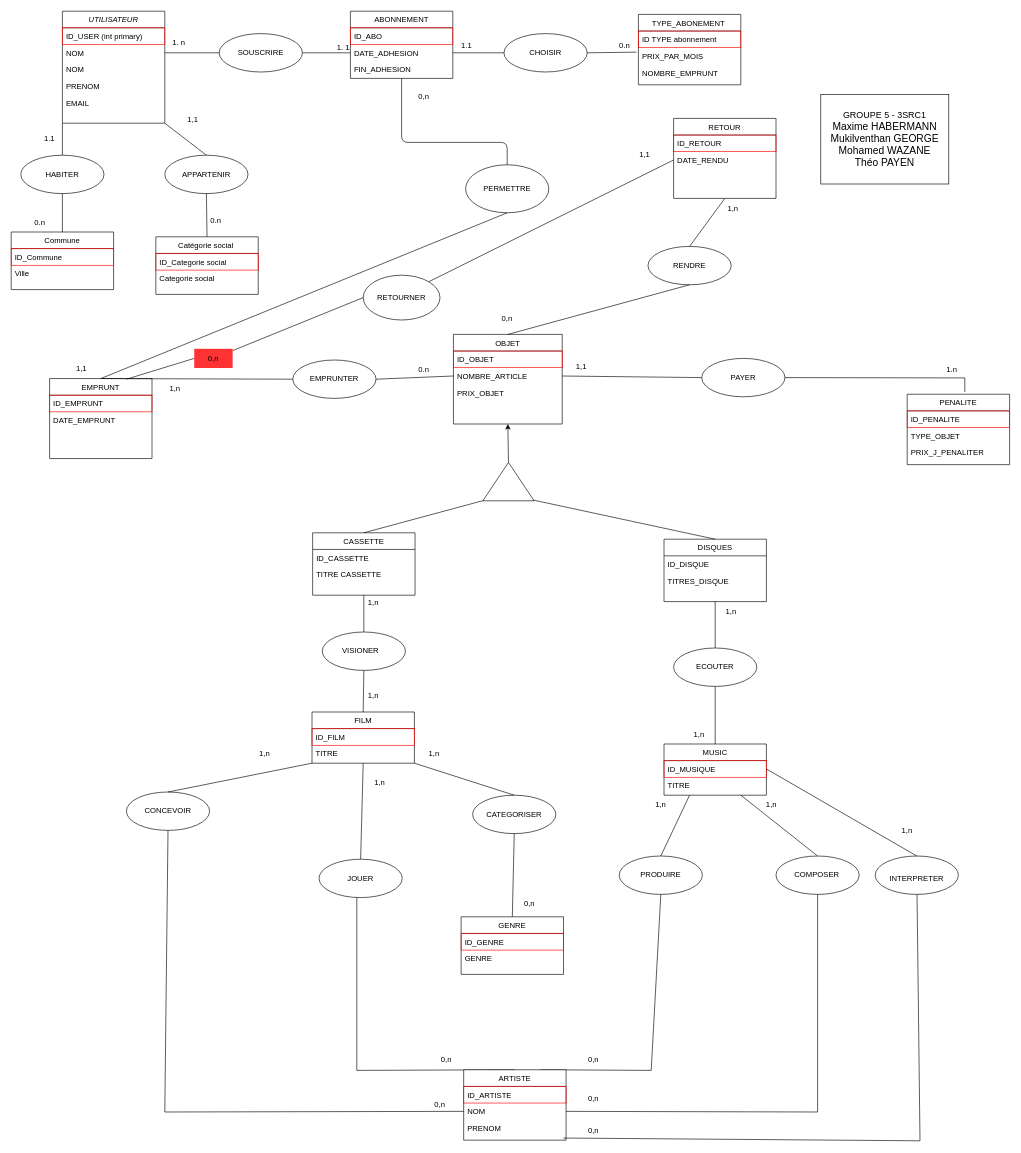
Above: page "MCD (validé)" (1 of 4) of Proje BDD-2-2.drawio in GMukilventhan/Projet-BDD-SRC-21-22 (draw.io), before the change. Source tidied: cells renumbered, new cells numbered last; positions are measured from the earlier drawing's top-left corner, leaving out a move shared by most shapes. Both pictures are drawn from the tidied source at 64%, with x=0, y=0 at pixel (11, 11).
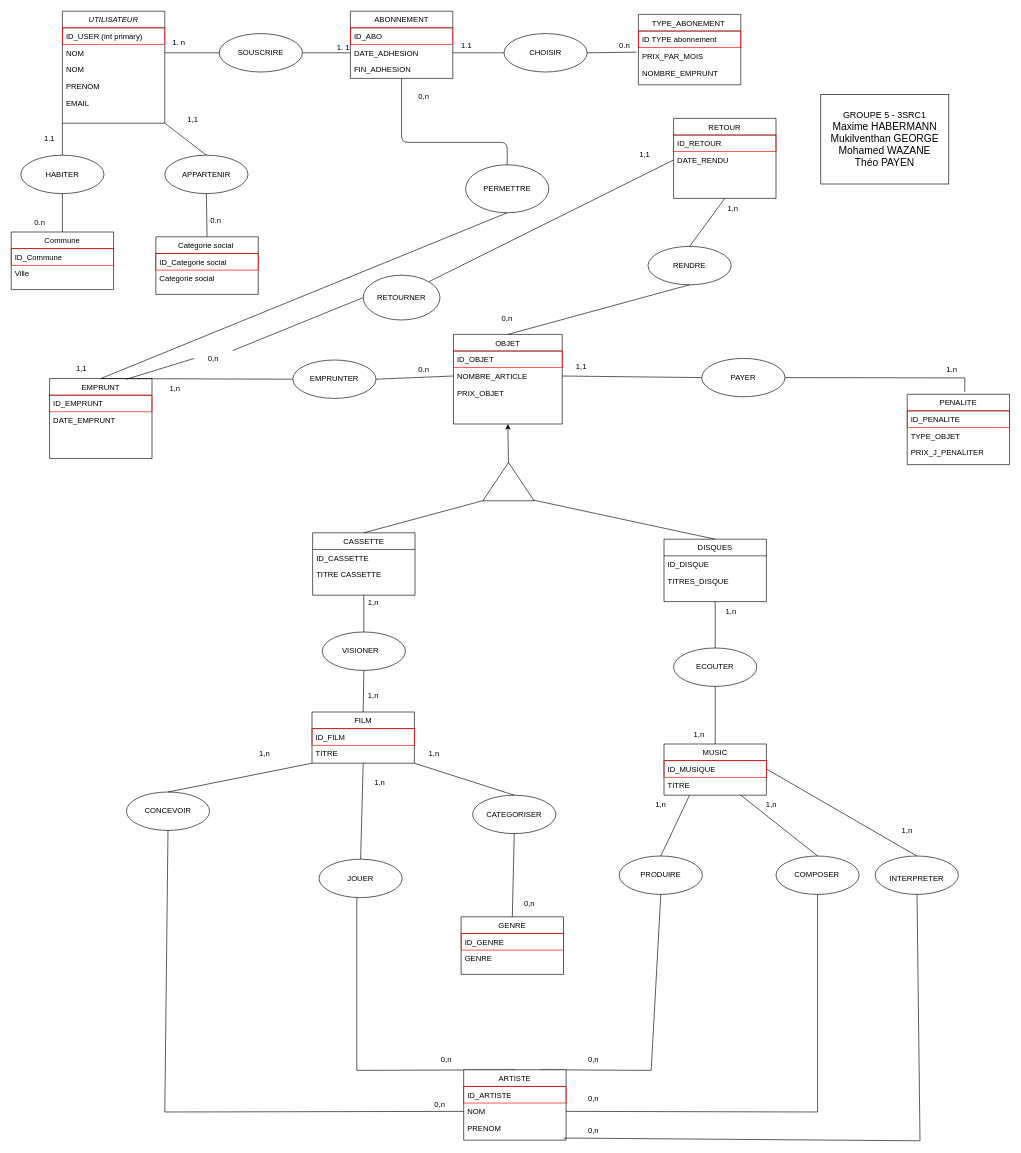
After the change.

Change to the diagram source:
```diff
@@
-    <mxCell id="151" value="0,n" style="text;html=1;strokeColor=none;fillColor=#FF3333;align=center;verticalAlign=middle;whiteSpace=wrap;rounded=0;" parent="1" vertex="1">
+    <mxCell id="151" value="0,n" style="text;html=1;strokeColor=none;fillColor=none;align=center;verticalAlign=middle;whiteSpace=wrap;rounded=0;" parent="1" vertex="1">
       <mxGeometry x="286" y="527.5" width="60" height="30" as="geometry" />
     </mxCell>
```
